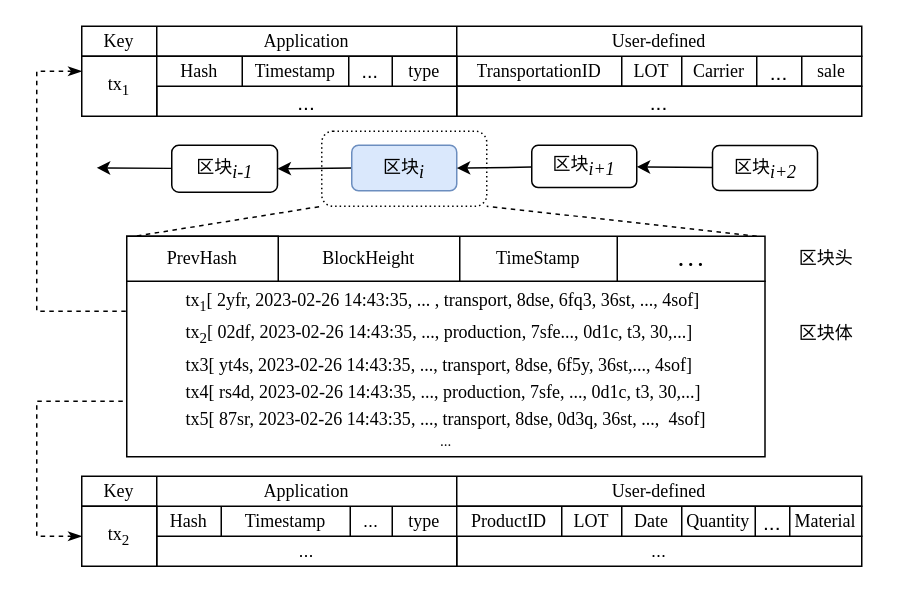
Before: page "3.2" (4 of 21) of 未命名绘图.drawio in jue73/7339, a draw.io diagram. Source tidied: cells renumbered, new cells numbered last; positions are measured from the earlier drawing's top-left corner, leaving out a move shared by most shapes. Both pictures are drawn from the tidied source at 150%, with x=0, y=0 at pixel (36, 26).
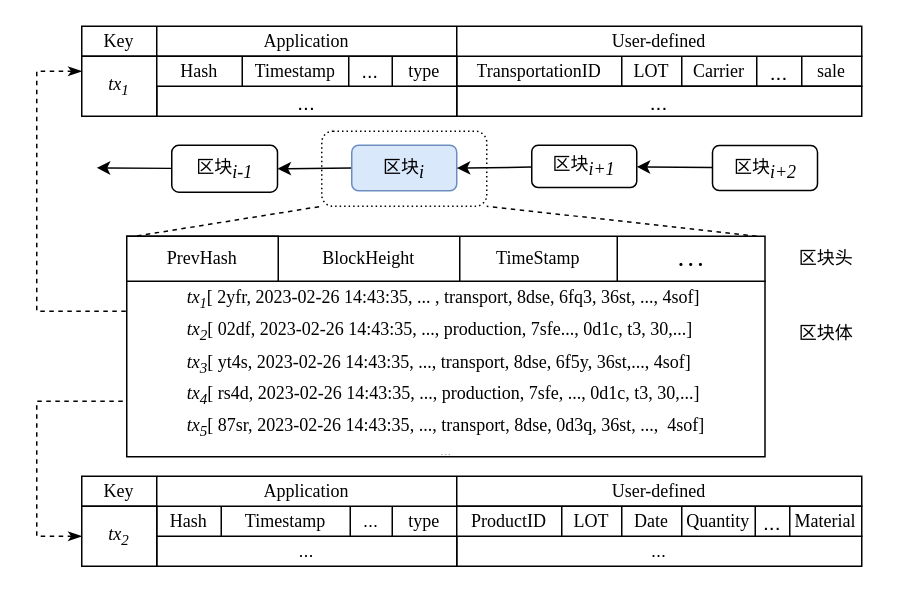
After the change.

Unchanged cells that the change refers to:
```xml
<mxCell id="3" style="shape=tableRow;horizontal=0;startSize=0;swimlaneHead=0;swimlaneBody=0;top=0;left=0;bottom=0;right=0;fillColor=none;points=[[0,0.5],[1,0.5]];portConstraint=eastwest;rounded=1;labelBorderColor=#FFFFFF;fontFamily=Times New Roman;fontSize=11;" parent="2" vertex="1">
  <mxGeometry width="425.5" height="117" as="geometry" />
</mxCell>
<mxCell id="31" style="shape=tableRow;horizontal=0;startSize=0;swimlaneHead=0;swimlaneBody=0;strokeColor=inherit;top=0;left=0;bottom=0;right=0;fillColor=none;points=[[0,0.5],[1,0.5]];portConstraint=eastwest;" parent="30" vertex="1">
  <mxGeometry width="50" height="40" as="geometry" />
</mxCell>
<mxCell id="46" style="shape=tableRow;horizontal=0;startSize=0;swimlaneHead=0;swimlaneBody=0;strokeColor=inherit;top=0;left=0;bottom=0;right=0;fillColor=none;points=[[0,0.5],[1,0.5]];portConstraint=eastwest;" parent="45" vertex="1">
  <mxGeometry width="50" height="40" as="geometry" />
</mxCell>
```

Change to the diagram source:
```diff
@@
-    <mxCell id="4" value="&lt;div style=&quot;text-align: left; margin-bottom: 4px;&quot;&gt;&lt;span style=&quot;font-size: 12px; background-color: initial;&quot;&gt;tx&lt;/span&gt;&lt;sub style=&quot;background-color: initial;&quot;&gt;1&lt;/sub&gt;&lt;span style=&quot;font-size: 12px; background-color: initial;&quot;&gt;[ 2yfr, 2023-02-26 14:43:35, ... , transport&lt;/span&gt;&lt;span style=&quot;font-size: 12px; background-color: initial;&quot; lang=&quot;EN-US&quot;&gt;, 8dse&lt;/span&gt;&lt;span style=&quot;font-size: 12px; background-color: initial;&quot;&gt;, 6fq3, 36st, ...,&amp;nbsp;&lt;/span&gt;&lt;span style=&quot;font-size: 12px; background-color: initial;&quot; lang=&quot;EN-US&quot;&gt;4sof&lt;/span&gt;&lt;span style=&quot;font-size: 12px; background-color: initial;&quot;&gt;]&lt;/span&gt;&lt;/div&gt;&lt;div style=&quot;text-align: left; margin-bottom: 4px;&quot;&gt;&lt;font face=&quot;Times New Roman&quot; style=&quot;font-size: 12px;&quot;&gt;tx&lt;sub style=&quot;&quot;&gt;2&lt;/sub&gt;[ 02df,&amp;nbsp;&lt;/font&gt;&lt;span style=&quot;font-size: 12px; background-color: initial;&quot;&gt;2023-02-26 14:43:35&lt;/span&gt;&lt;span style=&quot;font-size: 12px; background-color: initial;&quot;&gt;, ..., production&lt;/span&gt;&lt;span style=&quot;font-size: 12px; background-color: initial;&quot; lang=&quot;EN-US&quot;&gt;, 7sfe...,&amp;nbsp;&lt;/span&gt;&lt;span style=&quot;font-size: 12px; background-color: initial; border-color: var(--border-color);&quot;&gt;0d1c, t3, 30,&lt;/span&gt;&lt;span style=&quot;font-size: 12px; background-color: initial;&quot;&gt;...]&lt;/span&gt;&lt;/div&gt;&lt;div&gt;&lt;div style=&quot;text-align: left; margin-bottom: 4px;&quot;&gt;&lt;span style=&quot;font-size: 12px; background-color: initial;&quot;&gt;tx&lt;/span&gt;&lt;span style=&quot;font-size: 12px; background-color: initial;&quot;&gt;3&lt;/span&gt;&lt;span style=&quot;font-size: 12px; background-color: initial;&quot;&gt;[ yt4s,&amp;nbsp;&lt;/span&gt;&lt;span style=&quot;font-size: 12px;&quot;&gt;2023-02-26 14:43:35&lt;/span&gt;&lt;span style=&quot;font-size: 12px; background-color: initial;&quot;&gt;, ..., transport&lt;/span&gt;&lt;span style=&quot;font-size: 12px; background-color: initial; font-family: &amp;quot;Times New Roman&amp;quot;, serif;&quot; lang=&quot;EN-US&quot;&gt;, 8dse&lt;/span&gt;&lt;span style=&quot;font-size: 12px; background-color: initial;&quot;&gt;, 6f5y,&amp;nbsp;&lt;/span&gt;&lt;span style=&quot;font-size: 12px; background-color: initial;&quot;&gt;36st,&lt;/span&gt;&lt;span style=&quot;font-size: 12px; background-color: initial;&quot;&gt;...,&amp;nbsp;&lt;/span&gt;&lt;span style=&quot;font-size: 12px; background-color: initial; font-family: &amp;quot;Times New Roman&amp;quot;, serif;&quot; lang=&quot;EN-US&quot;&gt;4sof&lt;/span&gt;&lt;span style=&quot;font-size: 12px; background-color: initial;&quot;&gt;]&lt;/span&gt;&lt;/div&gt;&lt;div&gt;&lt;div style=&quot;text-align: left; margin-bottom: 4px;&quot;&gt;&lt;font style=&quot;font-size: 12px;&quot;&gt;&lt;font face=&quot;Times New Roman&quot;&gt;tx4[ rs4d,&amp;nbsp;&lt;/font&gt;2023-02-26 14:43:35&lt;font face=&quot;Times New Roman&quot;&gt;, ...,&amp;nbsp;&lt;/font&gt;&lt;span style=&quot;font-family: &amp;quot;Times New Roman&amp;quot;, serif;&quot;&gt;production&lt;/span&gt;&lt;font face=&quot;Times New Roman&quot;&gt;&lt;span lang=&quot;EN-US&quot;&gt;&lt;font style=&quot;&quot;&gt;, 7sfe, ...,&amp;nbsp;&lt;/font&gt;&lt;/span&gt;&lt;span style=&quot;border-color: var(--border-color);&quot;&gt;0d1c, t3, 30,&lt;/span&gt;...]&lt;/font&gt;&lt;/font&gt;&lt;/div&gt;&lt;/div&gt;&lt;/div&gt;&lt;div&gt;&lt;div style=&quot;text-align: left;&quot;&gt;&lt;span style=&quot;font-size: 12px; background-color: initial;&quot;&gt;tx5[ 87sr,&amp;nbsp;&lt;/span&gt;&lt;span style=&quot;font-size: 12px;&quot;&gt;2023-02-26 14:43:35&lt;/span&gt;&lt;span style=&quot;font-size: 12px; background-color: initial;&quot;&gt;, ..., transport&lt;/span&gt;&lt;span style=&quot;font-size: 12px; background-color: initial; font-family: &amp;quot;Times New Roman&amp;quot;, serif;&quot; lang=&quot;EN-US&quot;&gt;, 8dse&lt;/span&gt;&lt;span style=&quot;font-size: 12px; background-color: initial;&quot;&gt;, 0d3q, 36st, ...,&amp;nbsp;&amp;nbsp;&lt;/span&gt;&lt;span style=&quot;font-size: 12px; background-color: initial; font-family: &amp;quot;Times New Roman&amp;quot;, serif;&quot; lang=&quot;EN-US&quot;&gt;4sof&lt;/span&gt;&lt;span style=&quot;font-size: 12px; background-color: initial;&quot;&gt;]&lt;/span&gt;&lt;/div&gt;&lt;div&gt;&lt;span style=&quot;font-size: 10px;&quot;&gt;...&lt;/span&gt;&lt;/div&gt;&lt;/div&gt;" style="shape=partialRectangle;html=1;whiteSpace=wrap;overflow=hidden;fillColor=none;top=0;left=0;bottom=0;right=0;rounded=1;labelBorderColor=#FFFFFF;fontFamily=Times New Roman;fontSize=11;" parent="3" vertex="1">
+    <mxCell id="4" value="&lt;div style=&quot;text-align: left; margin-bottom: 4px;&quot;&gt;&lt;i&gt;&lt;span style=&quot;font-size: 12px; background-color: initial;&quot;&gt;tx&lt;/span&gt;&lt;sub style=&quot;background-color: initial;&quot;&gt;1&lt;/sub&gt;&lt;/i&gt;&lt;span style=&quot;font-size: 12px; background-color: initial;&quot;&gt;[ 2yfr, 2023-02-26 14:43:35, ... , transport&lt;/span&gt;&lt;span style=&quot;font-size: 12px; background-color: initial;&quot; lang=&quot;EN-US&quot;&gt;, 8dse&lt;/span&gt;&lt;span style=&quot;font-size: 12px; background-color: initial;&quot;&gt;, 6fq3, 36st, ...,&amp;nbsp;&lt;/span&gt;&lt;span style=&quot;font-size: 12px; background-color: initial;&quot; lang=&quot;EN-US&quot;&gt;4sof&lt;/span&gt;&lt;span style=&quot;font-size: 12px; background-color: initial;&quot;&gt;]&lt;/span&gt;&lt;/div&gt;&lt;div style=&quot;text-align: left; margin-bottom: 4px;&quot;&gt;&lt;font face=&quot;Times New Roman&quot; style=&quot;font-size: 12px;&quot;&gt;&lt;i&gt;tx&lt;sub style=&quot;&quot;&gt;2&lt;/sub&gt;&lt;/i&gt;[ 02df,&amp;nbsp;&lt;/font&gt;&lt;span style=&quot;font-size: 12px; background-color: initial;&quot;&gt;2023-02-26 14:43:35&lt;/span&gt;&lt;span style=&quot;font-size: 12px; background-color: initial;&quot;&gt;, ..., production&lt;/span&gt;&lt;span style=&quot;font-size: 12px; background-color: initial;&quot; lang=&quot;EN-US&quot;&gt;, 7sfe...,&amp;nbsp;&lt;/span&gt;&lt;span style=&quot;font-size: 12px; background-color: initial; border-color: var(--border-color);&quot;&gt;0d1c, t3, 30,&lt;/span&gt;&lt;span style=&quot;font-size: 12px; background-color: initial;&quot;&gt;...]&lt;/span&gt;&lt;/div&gt;&lt;div&gt;&lt;div style=&quot;text-align: left; margin-bottom: 4px;&quot;&gt;&lt;i&gt;&lt;span style=&quot;font-size: 12px; background-color: initial;&quot;&gt;tx&lt;/span&gt;&lt;span style=&quot;font-size: 12px; background-color: initial;&quot;&gt;&lt;sub&gt;3&lt;/sub&gt;&lt;/span&gt;&lt;/i&gt;&lt;span style=&quot;font-size: 12px; background-color: initial;&quot;&gt;[ yt4s,&amp;nbsp;&lt;/span&gt;&lt;span style=&quot;font-size: 12px;&quot;&gt;2023-02-26 14:43:35&lt;/span&gt;&lt;span style=&quot;font-size: 12px; background-color: initial;&quot;&gt;, ..., transport&lt;/span&gt;&lt;span style=&quot;font-size: 12px; background-color: initial; font-family: &amp;quot;Times New Roman&amp;quot;, serif;&quot; lang=&quot;EN-US&quot;&gt;, 8dse&lt;/span&gt;&lt;span style=&quot;font-size: 12px; background-color: initial;&quot;&gt;, 6f5y,&amp;nbsp;&lt;/span&gt;&lt;span style=&quot;font-size: 12px; background-color: initial;&quot;&gt;36st,&lt;/span&gt;&lt;span style=&quot;font-size: 12px; background-color: initial;&quot;&gt;...,&amp;nbsp;&lt;/span&gt;&lt;span style=&quot;font-size: 12px; background-color: initial; font-family: &amp;quot;Times New Roman&amp;quot;, serif;&quot; lang=&quot;EN-US&quot;&gt;4sof&lt;/span&gt;&lt;span style=&quot;font-size: 12px; background-color: initial;&quot;&gt;]&lt;/span&gt;&lt;/div&gt;&lt;div&gt;&lt;div style=&quot;text-align: left; margin-bottom: 4px;&quot;&gt;&lt;font style=&quot;font-size: 12px;&quot;&gt;&lt;font face=&quot;Times New Roman&quot;&gt;&lt;i&gt;tx&lt;sub&gt;4&lt;/sub&gt;&lt;/i&gt;[ rs4d,&amp;nbsp;&lt;/font&gt;2023-02-26 14:43:35&lt;font face=&quot;Times New Roman&quot;&gt;, ...,&amp;nbsp;&lt;/font&gt;&lt;span style=&quot;font-family: &amp;quot;Times New Roman&amp;quot;, serif;&quot;&gt;production&lt;/span&gt;&lt;font face=&quot;Times New Roman&quot;&gt;&lt;span lang=&quot;EN-US&quot;&gt;&lt;font style=&quot;&quot;&gt;, 7sfe, ...,&amp;nbsp;&lt;/font&gt;&lt;/span&gt;&lt;span style=&quot;border-color: var(--border-color);&quot;&gt;0d1c, t3, 30,&lt;/span&gt;...]&lt;/font&gt;&lt;/font&gt;&lt;/div&gt;&lt;/div&gt;&lt;/div&gt;&lt;div&gt;&lt;div style=&quot;text-align: left;&quot;&gt;&lt;span style=&quot;font-size: 12px; background-color: initial;&quot;&gt;&lt;i&gt;tx&lt;sub&gt;5&lt;/sub&gt;&lt;/i&gt;[ 87sr,&amp;nbsp;&lt;/span&gt;&lt;span style=&quot;font-size: 12px;&quot;&gt;2023-02-26 14:43:35&lt;/span&gt;&lt;span style=&quot;font-size: 12px; background-color: initial;&quot;&gt;, ..., transport&lt;/span&gt;&lt;span style=&quot;font-size: 12px; background-color: initial; font-family: &amp;quot;Times New Roman&amp;quot;, serif;&quot; lang=&quot;EN-US&quot;&gt;, 8dse&lt;/span&gt;&lt;span style=&quot;font-size: 12px; background-color: initial;&quot;&gt;, 0d3q, 36st, ...,&amp;nbsp;&amp;nbsp;&lt;/span&gt;&lt;span style=&quot;font-size: 12px; background-color: initial; font-family: &amp;quot;Times New Roman&amp;quot;, serif;&quot; lang=&quot;EN-US&quot;&gt;4sof&lt;/span&gt;&lt;span style=&quot;font-size: 12px; background-color: initial;&quot;&gt;]&lt;/span&gt;&lt;/div&gt;&lt;div&gt;&lt;span style=&quot;font-size: 10px;&quot;&gt;...&lt;/span&gt;&lt;/div&gt;&lt;/div&gt;" style="shape=partialRectangle;html=1;whiteSpace=wrap;overflow=hidden;fillColor=none;top=0;left=0;bottom=0;right=0;rounded=1;labelBorderColor=#FFFFFF;fontFamily=Times New Roman;fontSize=11;" parent="3" vertex="1">
       <mxGeometry width="426" height="117" as="geometry" />
     </mxCell>
@@
-    <mxCell id="32" value="&lt;font style=&quot;font-size: 12px;&quot; face=&quot;Times New Roman&quot;&gt;tx&lt;sub style=&quot;&quot;&gt;2&lt;/sub&gt;&lt;/font&gt;" style="shape=partialRectangle;html=1;whiteSpace=wrap;strokeColor=inherit;overflow=hidden;fillColor=none;top=0;left=0;bottom=0;right=0;" parent="31" vertex="1">
+    <mxCell id="32" value="&lt;font style=&quot;font-size: 12px;&quot; face=&quot;Times New Roman&quot;&gt;&lt;i&gt;tx&lt;sub style=&quot;&quot;&gt;2&lt;/sub&gt;&lt;/i&gt;&lt;/font&gt;" style="shape=partialRectangle;html=1;whiteSpace=wrap;strokeColor=inherit;overflow=hidden;fillColor=none;top=0;left=0;bottom=0;right=0;" parent="31" vertex="1">
       <mxGeometry width="50" height="40" as="geometry" />
     </mxCell>
@@
-    <mxCell id="47" value="&lt;font style=&quot;font-size: 12px;&quot; face=&quot;Times New Roman&quot;&gt;tx&lt;sub style=&quot;&quot;&gt;1&lt;/sub&gt;&lt;/font&gt;" style="shape=partialRectangle;html=1;whiteSpace=wrap;strokeColor=inherit;overflow=hidden;fillColor=none;top=0;left=0;bottom=0;right=0;" parent="46" vertex="1">
+    <mxCell id="47" value="&lt;font style=&quot;font-size: 12px;&quot; face=&quot;Times New Roman&quot;&gt;&lt;i&gt;tx&lt;sub style=&quot;&quot;&gt;1&lt;/sub&gt;&lt;/i&gt;&lt;/font&gt;" style="shape=partialRectangle;html=1;whiteSpace=wrap;strokeColor=inherit;overflow=hidden;fillColor=none;top=0;left=0;bottom=0;right=0;" parent="46" vertex="1">
       <mxGeometry width="50" height="40" as="geometry" />
     </mxCell>
```
